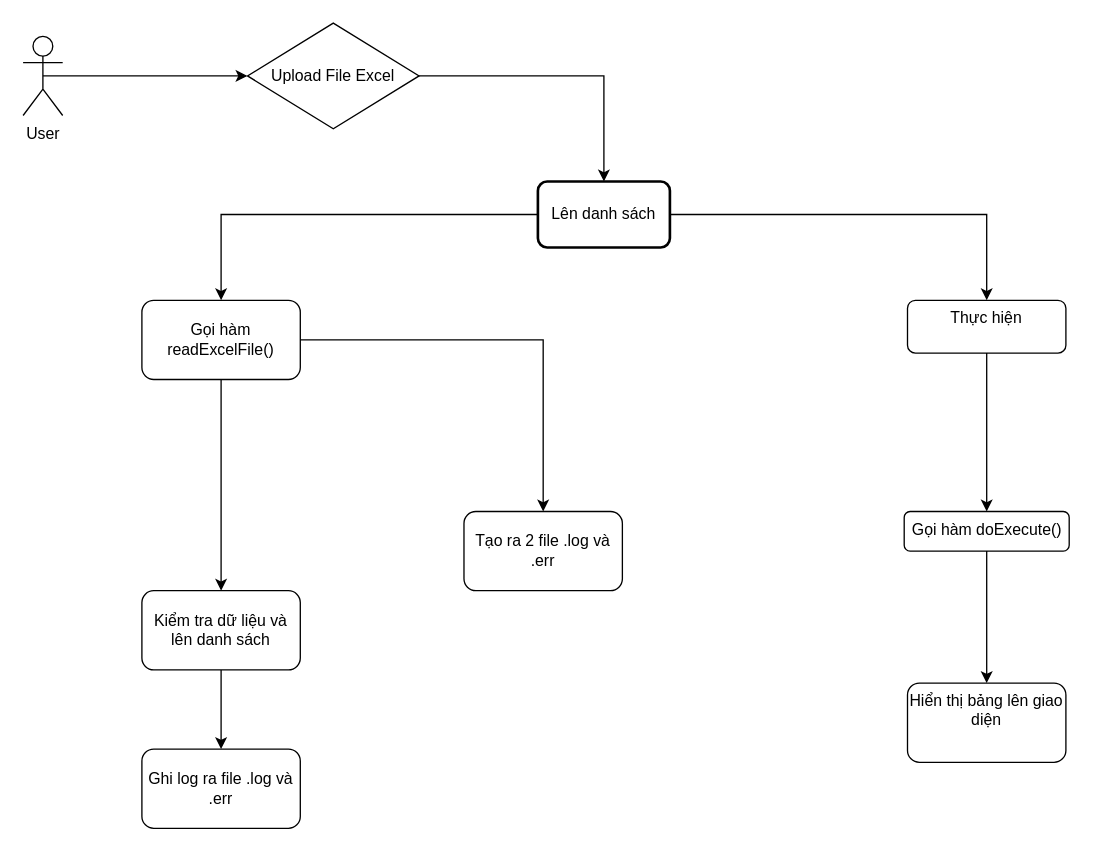
Above: Untitled Diagram.drawio in lehahung2k/No-Name (draw.io), before the change. Source tidied: cells renumbered, new cells numbered last; positions are measured from the earlier drawing's top-left corner, leaving out a move shared by most shapes. Both pictures are drawn from the tidied source at 132%, with x=0, y=0 at pixel (22, 22).
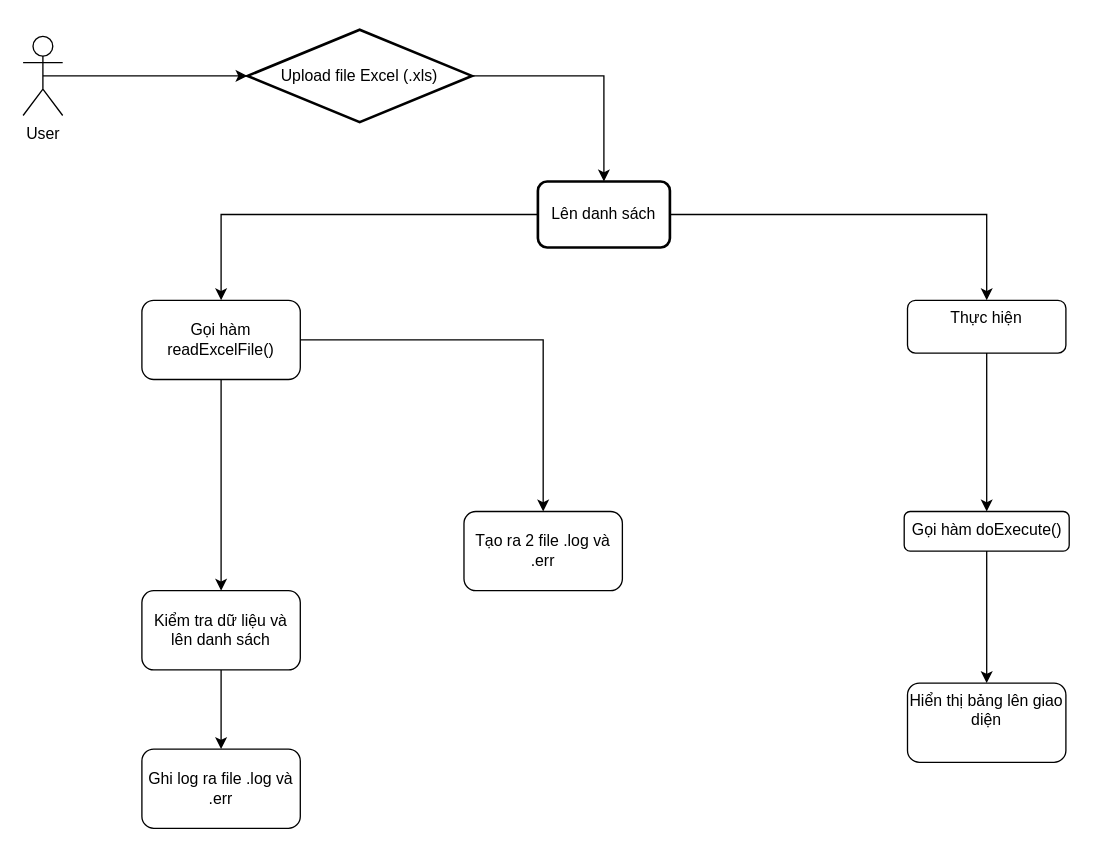
After the change.

The change refers to these unchanged cells:
```xml
<mxCell id="3" value="User" style="shape=umlActor;verticalLabelPosition=bottom;verticalAlign=top;html=1;outlineConnect=0;" parent="1" vertex="1">
  <mxGeometry y="10" width="30" height="60" as="geometry" />
</mxCell>
<mxCell id="20" value="Lên danh sách" style="rounded=1;whiteSpace=wrap;html=1;absoluteArcSize=1;arcSize=14;strokeWidth=2;" parent="1" vertex="1">
  <mxGeometry x="390" y="120" width="100" height="50" as="geometry" />
</mxCell>
```

Diff of the diagram source:
```diff
@@
-    <mxCell id="2" style="edgeStyle=orthogonalEdgeStyle;rounded=0;jettySize=auto;html=1;exitX=0.5;exitY=0.5;exitDx=0;exitDy=0;exitPerimeter=0;entryX=0;entryY=0.5;entryDx=0;entryDy=0;" parent="1" edge="1" source="3" target="16">
-      <mxGeometry relative="1" as="geometry" />
-    </mxCell>
+    <mxCell id="21" style="edgeStyle=orthogonalEdgeStyle;rounded=0;jettySize=auto;html=1;exitX=0.5;exitY=0.5;exitDx=0;exitDy=0;exitPerimeter=0;" parent="1" edge="1" source="3" target="23">
+      <mxGeometry relative="1" as="geometry" />
+    </mxCell>
@@
-    <mxCell id="15" style="edgeStyle=orthogonalEdgeStyle;rounded=0;jettySize=auto;html=1;exitX=1;exitY=0.5;exitDx=0;exitDy=0;entryX=0.5;entryY=0;entryDx=0;entryDy=0;" parent="1" edge="1" source="16" target="20">
-      <mxGeometry relative="1" as="geometry" />
-    </mxCell>
-    <mxCell id="16" value="Upload File Excel" style="rhombus;whiteSpace=wrap;html=1;" parent="1" vertex="1">
-      <mxGeometry x="170" width="130" height="80" as="geometry" />
-    </mxCell>
@@
+    <mxCell id="22" style="edgeStyle=orthogonalEdgeStyle;rounded=0;jettySize=auto;html=1;exitX=1;exitY=0.5;exitDx=0;exitDy=0;exitPerimeter=0;entryX=0.5;entryY=0;entryDx=0;entryDy=0;" parent="1" edge="1" source="23" target="20">
+      <mxGeometry relative="1" as="geometry" />
+    </mxCell>
+    <mxCell id="23" value="Upload file Excel (.xls)" style="strokeWidth=2;html=1;shape=mxgraph.flowchart.decision;whiteSpace=wrap;" parent="1" vertex="1">
+      <mxGeometry x="170" y="5" width="170" height="70" as="geometry" />
+    </mxCell>
```
